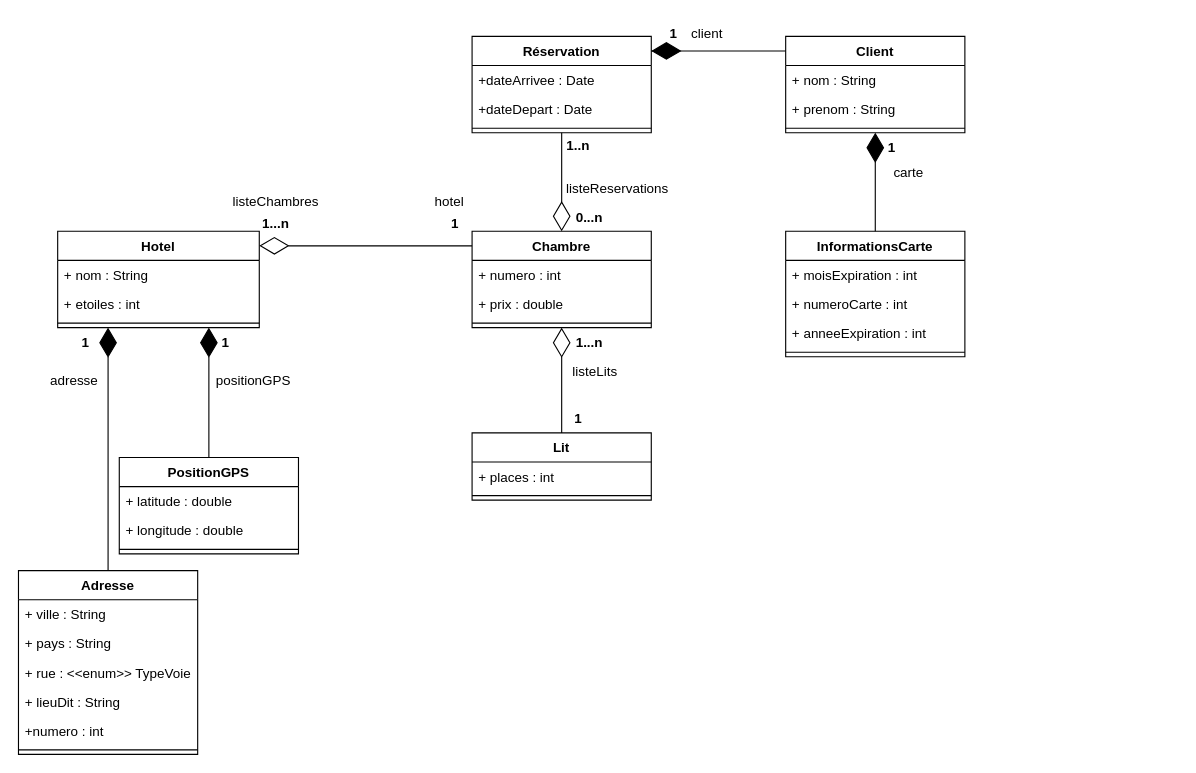
Earlier version of the draw.io diagram M1/704_ALD/TP2_SOAP/Schéma_UML_service.drawio (Sc00bi/Master-GL). Source tidied: cells renumbered, new cells numbered last; positions are measured from the earlier drawing's top-left corner, leaving out a move shared by most shapes. Both pictures are drawn from the tidied source at 112%, with x=0, y=0 at pixel (18, 18).
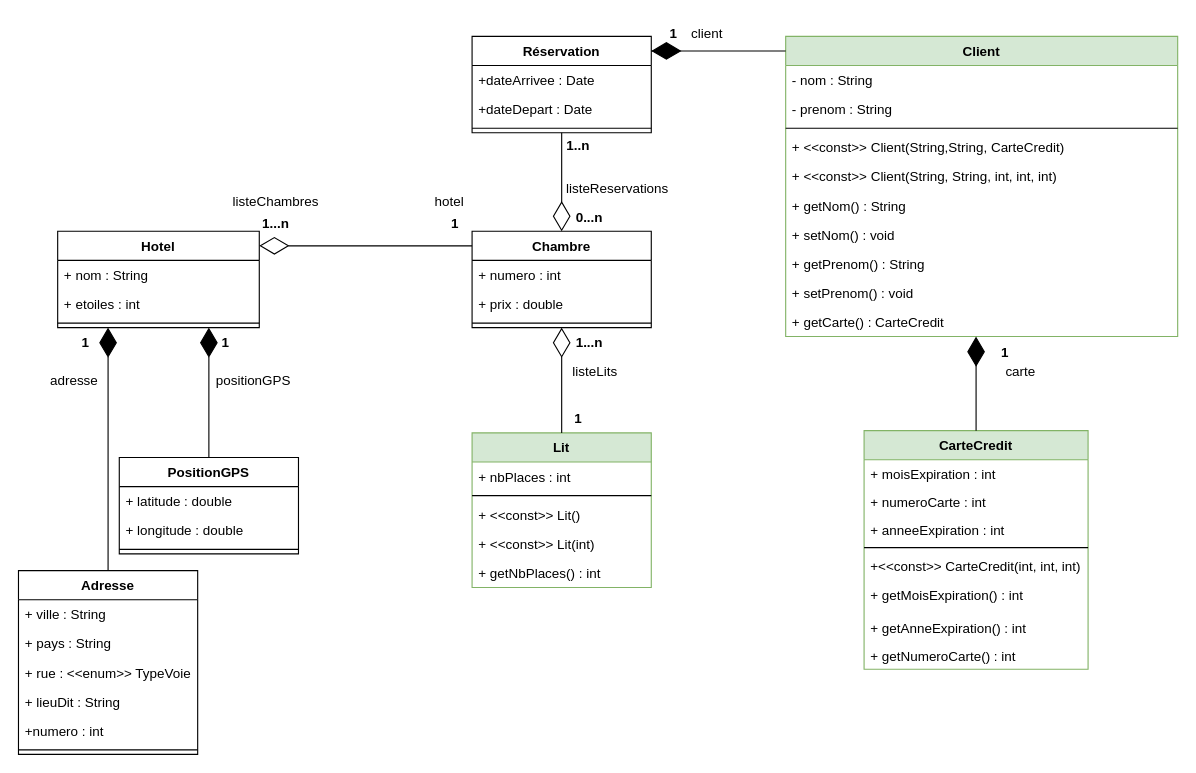
The same page after the edit.

Change to the diagram source:
```diff
@@
-    <mxCell id="27" value="Lit" style="swimlane;fontStyle=1;align=center;verticalAlign=top;horizontal=1;startSize=26;" parent="1" vertex="1">
-      <mxGeometry x="405" y="370" width="160" height="60" as="geometry" />
+    <mxCell id="27" value="Lit" style="swimlane;fontStyle=1;align=center;verticalAlign=top;horizontal=1;startSize=26;fillColor=#d5e8d4;strokeColor=#82b366;" parent="1" vertex="1">
+      <mxGeometry x="405" y="370" width="160" height="138" as="geometry" />
     </mxCell>
-    <mxCell id="28" value="+ places : int" style="text;strokeColor=none;fillColor=none;align=left;verticalAlign=top;spacingLeft=4;spacingRight=4;overflow=hidden;" parent="27" vertex="1">
+    <mxCell id="28" value="+ nbPlaces : int" style="text;strokeColor=none;fillColor=none;align=left;verticalAlign=top;spacingLeft=4;spacingRight=4;overflow=hidden;" parent="27" vertex="1">
       <mxGeometry y="26" width="160" height="26" as="geometry" />
     </mxCell>
@@
+    <mxCell id="62" value="+ &lt;&lt;const&gt;&gt; Lit()" style="text;strokeColor=none;fillColor=none;align=left;verticalAlign=top;spacingLeft=4;spacingRight=4;overflow=hidden;" parent="27" vertex="1">
+      <mxGeometry y="60" width="160" height="26" as="geometry" />
+    </mxCell>
+    <mxCell id="63" value="+ &lt;&lt;const&gt;&gt; Lit(int)" style="text;strokeColor=none;fillColor=none;align=left;verticalAlign=top;spacingLeft=4;spacingRight=4;overflow=hidden;" parent="27" vertex="1">
+      <mxGeometry y="86" width="160" height="26" as="geometry" />
+    </mxCell>
+    <mxCell id="64" value="+ getNbPlaces() : int" style="text;strokeColor=none;fillColor=none;align=left;verticalAlign=top;spacingLeft=4;spacingRight=4;overflow=hidden;" parent="27" vertex="1">
+      <mxGeometry y="112" width="160" height="26" as="geometry" />
+    </mxCell>
@@
-    <mxCell id="42" value="Client" style="swimlane;fontStyle=1;align=center;verticalAlign=top;horizontal=1;startSize=26;" parent="1" vertex="1">
-      <mxGeometry x="685" y="16" width="160" height="86" as="geometry" />
+    <mxCell id="42" value="Client" style="swimlane;fontStyle=1;align=center;verticalAlign=top;horizontal=1;startSize=26;fillColor=#d5e8d4;strokeColor=#82b366;" parent="1" vertex="1">
+      <mxGeometry x="685" y="16" width="350" height="268" as="geometry" />
     </mxCell>
-    <mxCell id="43" value="+ nom : String" style="text;strokeColor=none;fillColor=none;align=left;verticalAlign=top;spacingLeft=4;spacingRight=4;overflow=hidden;" parent="42" vertex="1">
-      <mxGeometry y="26" width="160" height="26" as="geometry" />
+    <mxCell id="43" value="- nom : String" style="text;strokeColor=none;fillColor=none;align=left;verticalAlign=top;spacingLeft=4;spacingRight=4;overflow=hidden;" parent="42" vertex="1">
+      <mxGeometry y="26" width="350" height="26" as="geometry" />
     </mxCell>
-    <mxCell id="44" value="+ prenom : String" style="text;strokeColor=none;fillColor=none;align=left;verticalAlign=top;spacingLeft=4;spacingRight=4;overflow=hidden;" parent="42" vertex="1">
-      <mxGeometry y="52" width="160" height="26" as="geometry" />
+    <mxCell id="44" value="- prenom : String" style="text;strokeColor=none;fillColor=none;align=left;verticalAlign=top;spacingLeft=4;spacingRight=4;overflow=hidden;" parent="42" vertex="1">
+      <mxGeometry y="52" width="350" height="26" as="geometry" />
     </mxCell>
     <mxCell id="45" style="line;strokeWidth=1;fillColor=none;align=left;verticalAlign=middle;spacingTop=-1;spacingLeft=3;spacingRight=3;labelPosition=right;" parent="42" vertex="1">
-      <mxGeometry y="78" width="160" height="8" as="geometry" />
+      <mxGeometry y="78" width="350" height="8" as="geometry" />
     </mxCell>
+    <mxCell id="65" value="+ &lt;&lt;const&gt;&gt; Client(String,String, CarteCredit)" style="text;strokeColor=none;fillColor=none;align=left;verticalAlign=top;spacingLeft=4;spacingRight=4;overflow=hidden;" parent="42" vertex="1">
+      <mxGeometry y="86" width="350" height="26" as="geometry" />
+    </mxCell>
+    <mxCell id="66" value="+ &lt;&lt;const&gt;&gt; Client(String, String, int, int, int)" style="text;strokeColor=none;fillColor=none;align=left;verticalAlign=top;spacingLeft=4;spacingRight=4;overflow=hidden;" parent="42" vertex="1">
+      <mxGeometry y="112" width="350" height="26" as="geometry" />
+    </mxCell>
+    <mxCell id="67" value="+ getNom() : String" style="text;strokeColor=none;fillColor=none;align=left;verticalAlign=top;spacingLeft=4;spacingRight=4;overflow=hidden;" parent="42" vertex="1">
+      <mxGeometry y="138" width="350" height="26" as="geometry" />
+    </mxCell>
+    <mxCell id="68" value="+ setNom() : void" style="text;strokeColor=none;fillColor=none;align=left;verticalAlign=top;spacingLeft=4;spacingRight=4;overflow=hidden;" parent="42" vertex="1">
+      <mxGeometry y="164" width="350" height="26" as="geometry" />
+    </mxCell>
+    <mxCell id="69" value="+ getPrenom() : String" style="text;strokeColor=none;fillColor=none;align=left;verticalAlign=top;spacingLeft=4;spacingRight=4;overflow=hidden;" parent="42" vertex="1">
+      <mxGeometry y="190" width="350" height="26" as="geometry" />
+    </mxCell>
+    <mxCell id="70" value="+ setPrenom() : void" style="text;strokeColor=none;fillColor=none;align=left;verticalAlign=top;spacingLeft=4;spacingRight=4;overflow=hidden;" parent="42" vertex="1">
+      <mxGeometry y="216" width="350" height="26" as="geometry" />
+    </mxCell>
+    <mxCell id="71" value="+ getCarte() : CarteCredit" style="text;strokeColor=none;fillColor=none;align=left;verticalAlign=top;spacingLeft=4;spacingRight=4;overflow=hidden;" parent="42" vertex="1">
+      <mxGeometry y="242" width="350" height="26" as="geometry" />
+    </mxCell>
@@
     <mxCell id="47" value="1" style="text;align=center;fontStyle=1;verticalAlign=middle;spacingLeft=3;spacingRight=3;strokeColor=none;" parent="1" vertex="1">
-      <mxGeometry x="765" y="102" width="30" height="26" as="geometry" />
+      <mxGeometry x="866" y="285" width="30" height="25" as="geometry" />
     </mxCell>
@@
-    <mxCell id="52" value="InformationsCarte" style="swimlane;fontStyle=1;align=center;verticalAlign=top;horizontal=1;startSize=26;" parent="1" vertex="1">
-      <mxGeometry x="685" y="190" width="160" height="112" as="geometry" />
+    <mxCell id="52" value="CarteCredit" style="swimlane;fontStyle=1;align=center;verticalAlign=top;horizontal=1;startSize=26;fillColor=#d5e8d4;strokeColor=#82b366;" parent="1" vertex="1">
+      <mxGeometry x="755" y="368" width="200" height="213" as="geometry" />
     </mxCell>
     <mxCell id="53" value="+ moisExpiration : int" style="text;strokeColor=none;fillColor=none;align=left;verticalAlign=top;spacingLeft=4;spacingRight=4;overflow=hidden;" parent="52" vertex="1">
-      <mxGeometry y="26" width="160" height="26" as="geometry" />
+      <mxGeometry y="26" width="200" height="25" as="geometry" />
     </mxCell>
     <mxCell id="54" value="+ numeroCarte : int" style="text;strokeColor=none;fillColor=none;align=left;verticalAlign=top;spacingLeft=4;spacingRight=4;overflow=hidden;" parent="52" vertex="1">
-      <mxGeometry y="52" width="160" height="26" as="geometry" />
+      <mxGeometry y="51" width="200" height="25" as="geometry" />
     </mxCell>
     <mxCell id="55" value="+ anneeExpiration : int" style="text;strokeColor=none;fillColor=none;align=left;verticalAlign=top;spacingLeft=4;spacingRight=4;overflow=hidden;" parent="52" vertex="1">
-      <mxGeometry y="78" width="160" height="26" as="geometry" />
+      <mxGeometry y="76" width="200" height="25" as="geometry" />
     </mxCell>
     <mxCell id="56" style="line;strokeWidth=1;fillColor=none;align=left;verticalAlign=middle;spacingTop=-1;spacingLeft=3;spacingRight=3;labelPosition=right;" parent="52" vertex="1">
-      <mxGeometry y="104" width="160" height="8" as="geometry" />
+      <mxGeometry y="101" width="200" height="7" as="geometry" />
     </mxCell>
+    <mxCell id="72" value="+&lt;&lt;const&gt;&gt; CarteCredit(int, int, int)" style="text;strokeColor=none;fillColor=none;align=left;verticalAlign=top;spacingLeft=4;spacingRight=4;overflow=hidden;" parent="52" vertex="1">
+      <mxGeometry y="108" width="200" height="26" as="geometry" />
+    </mxCell>
+    <mxCell id="73" value="+ getMoisExpiration() : int" style="text;strokeColor=none;fillColor=none;align=left;verticalAlign=top;spacingLeft=4;spacingRight=4;overflow=hidden;" parent="52" vertex="1">
+      <mxGeometry y="134" width="200" height="29" as="geometry" />
+    </mxCell>
+    <mxCell id="74" value="+ getAnneExpiration() : int" style="text;strokeColor=none;fillColor=none;align=left;verticalAlign=top;spacingLeft=4;spacingRight=4;overflow=hidden;" parent="52" vertex="1">
+      <mxGeometry y="163" width="200" height="25" as="geometry" />
+    </mxCell>
+    <mxCell id="75" value="+ getNumeroCarte() : int" style="text;strokeColor=none;fillColor=none;align=left;verticalAlign=top;spacingLeft=4;spacingRight=4;overflow=hidden;" parent="52" vertex="1">
+      <mxGeometry y="188" width="200" height="25" as="geometry" />
+    </mxCell>
-    <mxCell id="57" style="endArrow=diamondThin;endFill=1;endSize=24;html=1;rounded=0;entryX=0.5;entryY=1;entryDx=0;entryDy=0;exitX=0.5;exitY=0;exitDx=0;exitDy=0;" parent="1" edge="1" source="52" target="42">
+    <mxCell id="57" style="endArrow=diamondThin;endFill=1;endSize=24;html=1;rounded=0;exitX=0.5;exitY=0;exitDx=0;exitDy=0;" parent="1" edge="1" source="52">
       <mxGeometry relative="1" as="geometry">
+        <mxPoint x="855" y="284" as="targetPoint" />
         <Array as="points">
-          <mxPoint x="765" y="130" />
+          <mxPoint x="855" y="308" />
         </Array>
       </mxGeometry>
     </mxCell>
@@
     <mxCell id="59" value="carte" style="text;align=center;fontStyle=0;verticalAlign=middle;spacingLeft=3;spacingRight=3;strokeColor=none;" parent="1" vertex="1">
-      <mxGeometry x="755" y="124" width="80" height="26" as="geometry" />
+      <mxGeometry x="855" y="302" width="80" height="25" as="geometry" />
     </mxCell>
```
